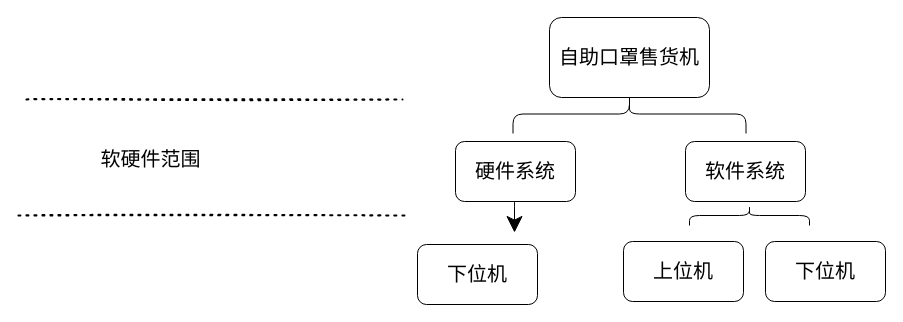
Above: 系统模块图.drawio in overjoyedaccckbuby/- (draw.io), before the change. Source tidied: cells renumbered, new cells numbered last; positions are measured from the earlier drawing's top-left corner, leaving out a move shared by most shapes. Both pictures are drawn from the tidied source at 100%, with x=0, y=0 at pixel (18, -3).
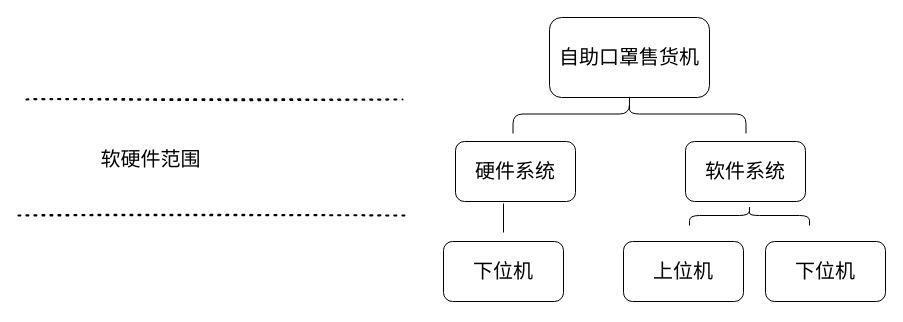
The same page after the edit.

Commit message (it also covers changes not shown here):
更新系统模块图.drawio

Diff of the diagram source:
```diff
@@
 <mxGraphModel>
   <root>
     <mxCell id="0" />
     <mxCell id="1" parent="0" />
     <mxCell id="2" value="自助口罩售货机" style="whiteSpace=wrap;html=1;hachureGap=4;fontFamily=Architects Daughter;fontSize=20;rounded=1;" parent="1" vertex="1">
       <mxGeometry x="531" y="20" width="160" height="80" as="geometry" />
     </mxCell>
     <mxCell id="3" style="shape=curlyBracket;whiteSpace=wrap;html=1;rounded=1;flipH=1;sketch=0;hachureGap=4;fontFamily=Architects Daughter;fontSize=20;rotation=-90;" parent="1" vertex="1">
       <mxGeometry x="591.5" width="39" height="233" as="geometry" />
     </mxCell>
     <mxCell id="4" value="硬件系统" style="rounded=1;whiteSpace=wrap;html=1;sketch=0;hachureGap=4;fontFamily=Architects Daughter;fontSize=20;" parent="1" vertex="1">
       <mxGeometry x="437" y="144" width="120" height="60" as="geometry" />
     </mxCell>
     <mxCell id="5" value="软件系统" style="rounded=1;whiteSpace=wrap;html=1;sketch=0;hachureGap=4;fontFamily=Architects Daughter;fontSize=20;" parent="1" vertex="1">
       <mxGeometry x="667" y="144" width="120" height="60" as="geometry" />
     </mxCell>
     <mxCell id="6" value="下位机" style="rounded=1;whiteSpace=wrap;html=1;sketch=0;hachureGap=4;fontFamily=Architects Daughter;fontSize=20;" parent="1" vertex="1">
-      <mxGeometry x="399" y="247" width="120" height="60" as="geometry" />
+      <mxGeometry x="425" y="244" width="120" height="60" as="geometry" />
     </mxCell>
     <mxCell id="7" style="endArrow=none;dashed=1;html=1;dashPattern=1 3;strokeWidth=2;rounded=0;sketch=1;fontFamily=Architects Daughter;fontSize=20;startSize=14;endSize=14;sourcePerimeterSpacing=8;targetPerimeterSpacing=8;edgeStyle=none;curved=1;" parent="1" edge="1">
       <mxGeometry relative="1" as="geometry">
         <mxPoint x="8" y="102" as="sourcePoint" />
         <mxPoint x="384" y="102" as="targetPoint" />
       </mxGeometry>
     </mxCell>
     <mxCell id="8" style="endArrow=none;dashed=1;html=1;dashPattern=1 3;strokeWidth=2;rounded=0;sketch=1;fontFamily=Architects Daughter;fontSize=20;startSize=14;endSize=14;sourcePerimeterSpacing=8;targetPerimeterSpacing=8;edgeStyle=none;curved=1;" parent="1" edge="1">
       <mxGeometry relative="1" as="geometry">
         <mxPoint y="218" as="sourcePoint" />
         <mxPoint x="388" y="218" as="targetPoint" />
       </mxGeometry>
     </mxCell>
     <mxCell id="9" value="软硬件范围" style="text;html=1;align=center;verticalAlign=middle;strokeColor=none;rounded=1;sketch=0;hachureGap=4;fontFamily=Architects Daughter;fontSize=20;" parent="1" vertex="1">
       <mxGeometry x="77" y="148" width="110" height="27" as="geometry" />
     </mxCell>
-    <mxCell id="10" style="endArrow=classic;html=1;rounded=0;sketch=0;fontFamily=Architects Daughter;fontSize=20;startSize=14;endSize=14;sourcePerimeterSpacing=8;targetPerimeterSpacing=8;edgeStyle=none;curved=1;" parent="1" edge="1">
-      <mxGeometry relative="1" as="geometry">
-        <mxPoint x="496" y="204" as="sourcePoint" />
-        <mxPoint x="496" y="235" as="targetPoint" />
-      </mxGeometry>
-    </mxCell>
     <mxCell id="11" value="上位机" style="rounded=1;whiteSpace=wrap;html=1;sketch=0;hachureGap=4;fontFamily=Architects Daughter;fontSize=20;" parent="1" vertex="1">
       <mxGeometry x="605" y="244" width="120" height="60" as="geometry" />
     </mxCell>
     <mxCell id="12" value="下位机" style="rounded=1;whiteSpace=wrap;html=1;sketch=0;hachureGap=4;fontFamily=Architects Daughter;fontSize=20;" parent="1" vertex="1">
       <mxGeometry x="747" y="244" width="120" height="60" as="geometry" />
     </mxCell>
     <mxCell id="13" style="shape=curlyBracket;whiteSpace=wrap;html=1;rounded=1;flipH=1;sketch=0;hachureGap=4;fontFamily=Architects Daughter;fontSize=20;rotation=-90;" parent="1" vertex="1">
       <mxGeometry x="721" y="158" width="20" height="120" as="geometry" />
     </mxCell>
+    <mxCell id="14" style="line;strokeWidth=1;html=1;sketch=0;hachureGap=4;fontFamily=Architects Daughter;fontSize=20;rounded=1;rotation=90;" parent="1" vertex="1">
+      <mxGeometry x="470.5" y="215.5" width="29" height="10" as="geometry" />
+    </mxCell>
   </root>
 </mxGraphModel>
```
